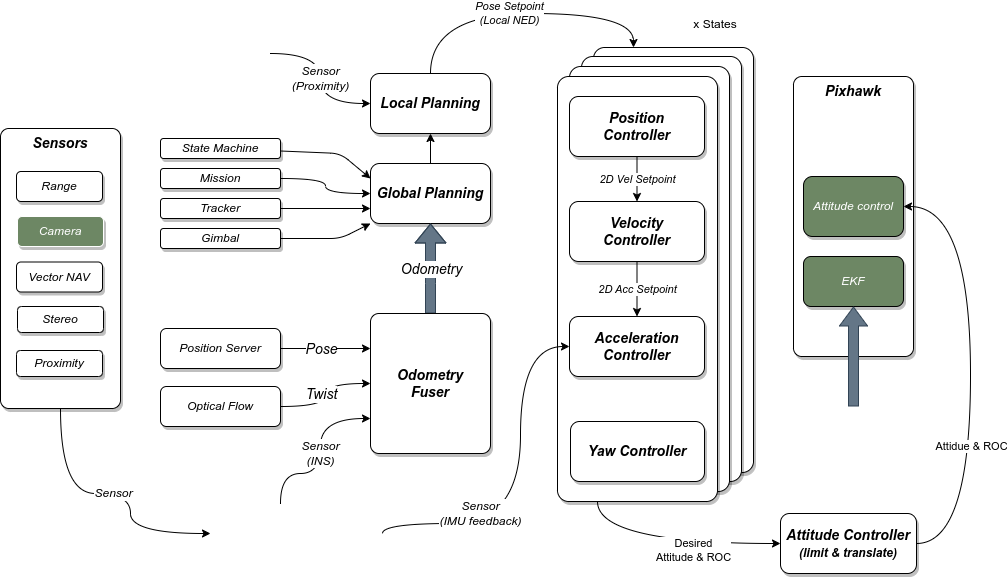
This is images/control.drawio.png from ori-kruk/desgin, a draw.io export, as it was before one commit. Source tidied: cells renumbered, new cells last; positions are measured from the earlier drawing's top-left corner, leaving out a move shared by most shapes.
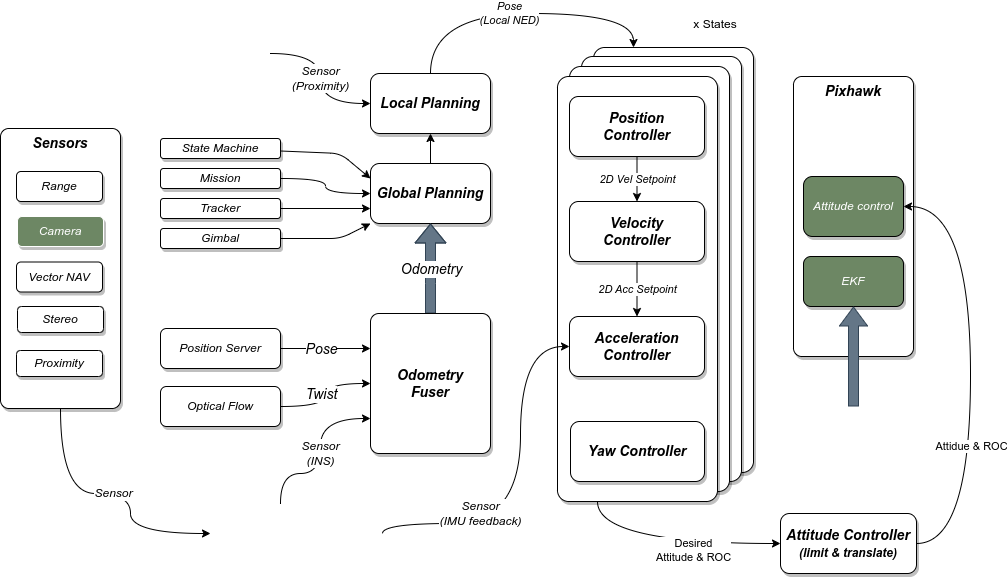
After the change.

Diff of the diagram source:
```diff
@@ -70,7 +70,7 @@
     <mxCell id="23" value="Tracker" style="rounded=1;whiteSpace=wrap;html=1;strokeColor=default;fontStyle=2;shadow=1;" parent="1" vertex="1">
       <mxGeometry x="160" y="189" width="120" height="20" as="geometry" />
     </mxCell>
-    <mxCell id="24" value="Pose Setpoint&lt;br&gt;(Local NED)" style="edgeStyle=orthogonalEdgeStyle;curved=1;html=1;exitX=0.5;exitY=0;exitDx=0;exitDy=0;fontStyle=2;entryX=0.25;entryY=0;entryDx=0;entryDy=0;" parent="1" edge="1" source="34" target="2">
+    <mxCell id="24" value="Pose&lt;br&gt;(Local NED)" style="edgeStyle=orthogonalEdgeStyle;curved=1;html=1;exitX=0.5;exitY=0;exitDx=0;exitDy=0;fontStyle=2;entryX=0.25;entryY=0;entryDx=0;entryDy=0;" parent="1" edge="1" source="34" target="2">
       <mxGeometry x="-0.06" relative="1" as="geometry">
         <Array as="points">
           <mxPoint x="430" y="4" />
```
